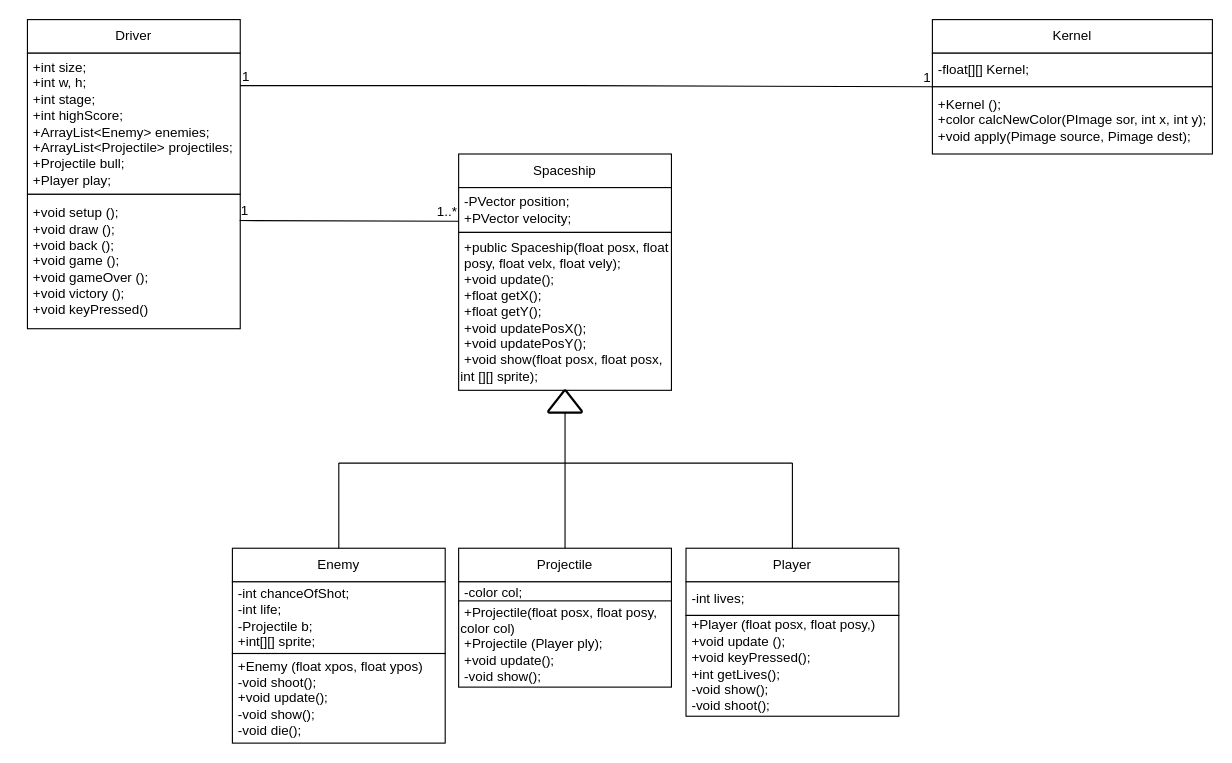
The draw.io diagram Untitled Diagram.drawio in JasxnNg/Final-Project, before the edit. Source tidied: cells renumbered, new cells numbered last; positions are measured from the earlier drawing's top-left corner, leaving out a move shared by most shapes. Both pictures are drawn from the tidied source at 112%, with x=0, y=0 at pixel (27, 19).
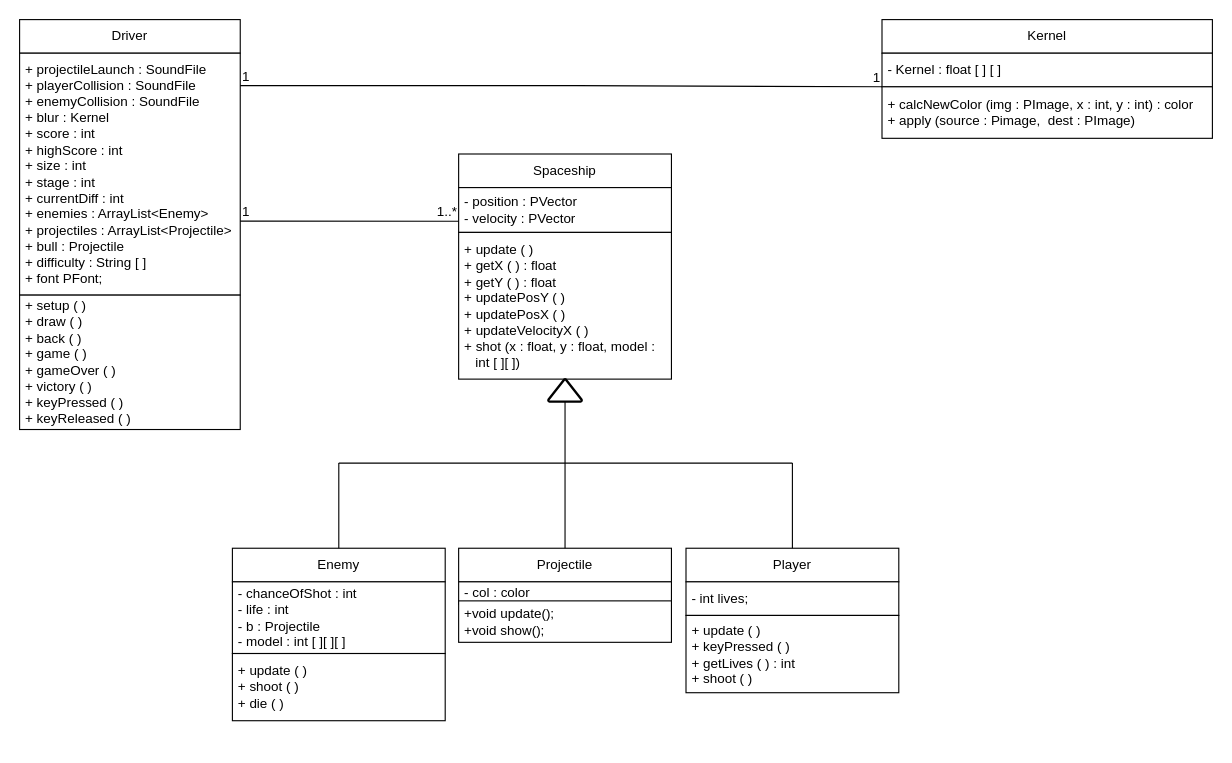
The same page after the edit.

Change to the diagram source:
```diff
@@
     <mxCell id="2" value="Driver" style="rounded=0;whiteSpace=wrap;html=1;" parent="1" vertex="1">
-      <mxGeometry width="190" height="30" as="geometry" />
+      <mxGeometry x="-7" width="197" height="30" as="geometry" />
     </mxCell>
-    <mxCell id="3" value="&lt;div&gt;&amp;nbsp;+int size;&amp;nbsp;&amp;nbsp;&lt;/div&gt;&lt;div&gt;&amp;nbsp;+int w, h;&amp;nbsp;&lt;/div&gt;&lt;div&gt;&amp;nbsp;+int stage;&amp;nbsp;&lt;/div&gt;&lt;div&gt;&amp;nbsp;+int highScore;&amp;nbsp;&lt;/div&gt;&lt;div&gt;&amp;nbsp;+ArrayList&amp;lt;Enemy&amp;gt; enemies;&amp;nbsp;&lt;/div&gt;&lt;div&gt;&amp;nbsp;+ArrayList&amp;lt;Projectile&amp;gt; projectiles;&amp;nbsp;&lt;/div&gt;&lt;div&gt;&amp;nbsp;+Projectile bull;&amp;nbsp;&lt;/div&gt;&amp;nbsp;+Player play;&amp;nbsp;&amp;nbsp;" style="rounded=0;whiteSpace=wrap;html=1;align=left;" parent="1" vertex="1">
-      <mxGeometry y="30" width="190" height="126" as="geometry" />
+    <mxCell id="3" value="&lt;div&gt;&amp;nbsp;+ projectileLaunch : SoundFile&amp;nbsp;&lt;/div&gt;&lt;div&gt;&amp;nbsp;+ playerCollision : SoundFile&lt;/div&gt;&lt;div&gt;&amp;nbsp;+ enemyCollision : SoundFile&amp;nbsp;&lt;/div&gt;&lt;div&gt;&amp;nbsp;+ blur : Kernel&amp;nbsp;&lt;/div&gt;&lt;div&gt;&amp;nbsp;+ score : int&amp;nbsp;&lt;/div&gt;&lt;div&gt;&amp;nbsp;+ highScore : int&amp;nbsp;&amp;nbsp;&lt;/div&gt;&lt;div&gt;&amp;nbsp;+ size : int&amp;nbsp;&amp;nbsp;&lt;/div&gt;&lt;div&gt;&amp;nbsp;+ stage : int&amp;nbsp;&lt;span style=&quot;background-color: initial;&quot;&gt;&amp;nbsp;&lt;/span&gt;&lt;/div&gt;&lt;div&gt;&lt;span style=&quot;background-color: initial;&quot;&gt;&amp;nbsp;+ currentDiff : int&amp;nbsp;&amp;nbsp;&lt;/span&gt;&lt;/div&gt;&lt;div&gt;&lt;span style=&quot;background-color: initial;&quot;&gt;&amp;nbsp;+ enemies : ArrayList&amp;lt;Enemy&amp;gt;&lt;/span&gt;&lt;/div&gt;&lt;div&gt;&lt;span style=&quot;background-color: initial;&quot;&gt;&amp;nbsp;+ projectiles : ArrayList&amp;lt;Projectile&amp;gt;&lt;/span&gt;&lt;/div&gt;&lt;div&gt;&lt;span style=&quot;background-color: initial;&quot;&gt;&amp;nbsp;+ bull : Projectile&amp;nbsp;&lt;/span&gt;&lt;/div&gt;&lt;div&gt;&lt;span style=&quot;background-color: initial;&quot;&gt;&amp;nbsp;+ difficulty : String [ ]&amp;nbsp;&lt;/span&gt;&lt;/div&gt;&lt;div&gt;&lt;span style=&quot;background-color: initial;&quot;&gt;&amp;nbsp;+ font PFont;&amp;nbsp;&lt;/span&gt;&lt;/div&gt;" style="rounded=0;whiteSpace=wrap;html=1;align=left;" parent="1" vertex="1">
+      <mxGeometry x="-7" y="30" width="197" height="216" as="geometry" />
     </mxCell>
-    <mxCell id="4" value="&amp;nbsp;+void setup ();&amp;nbsp;&lt;br&gt;&amp;nbsp;+void draw ();&amp;nbsp;&amp;nbsp;&lt;br&gt;&amp;nbsp;+void back ();&amp;nbsp;&lt;br&gt;&amp;nbsp;+void game ();&amp;nbsp;&lt;br&gt;&amp;nbsp;+void gameOver ();&lt;br&gt;&amp;nbsp;+void victory ();&amp;nbsp;&lt;br&gt;&amp;nbsp;+void keyPressed()" style="rounded=0;whiteSpace=wrap;html=1;align=left;" parent="1" vertex="1">
-      <mxGeometry y="156" width="190" height="120" as="geometry" />
+    <mxCell id="4" value="&amp;nbsp;+ setup ( )&amp;nbsp;&lt;br&gt;&amp;nbsp;+ draw ( )&amp;nbsp;&amp;nbsp;&lt;br&gt;&amp;nbsp;+ back ( )&lt;br&gt;&amp;nbsp;+ game ( )&lt;br&gt;&amp;nbsp;+ gameOver ( )&lt;br&gt;&amp;nbsp;+ victory ( )&lt;br&gt;&amp;nbsp;+ keyPressed ( )&lt;br&gt;&amp;nbsp;+ keyReleased ( )&amp;nbsp;" style="rounded=0;whiteSpace=wrap;html=1;align=left;" parent="1" vertex="1">
+      <mxGeometry x="-7" y="246" width="197" height="120" as="geometry" />
     </mxCell>
     <mxCell id="5" value="Kernel" style="rounded=0;whiteSpace=wrap;html=1;" parent="1" vertex="1">
-      <mxGeometry x="808" width="250" height="30" as="geometry" />
+      <mxGeometry x="763" width="295" height="30" as="geometry" />
     </mxCell>
-    <mxCell id="6" value="&amp;nbsp;-float[][] Kernel;" style="rounded=0;whiteSpace=wrap;html=1;align=left;" parent="1" vertex="1">
-      <mxGeometry x="808" y="30" width="250" height="30" as="geometry" />
+    <mxCell id="6" value="&amp;nbsp;- Kernel : float [ ] [ ]" style="rounded=0;whiteSpace=wrap;html=1;align=left;" parent="1" vertex="1">
+      <mxGeometry x="763" y="30" width="295" height="30" as="geometry" />
     </mxCell>
-    <mxCell id="7" value="&amp;nbsp;+Kernel ();&lt;br&gt;&amp;nbsp;+color calcNewColor(PImage sor, int x, int y);&amp;nbsp;&lt;br&gt;&amp;nbsp;+void apply(Pimage source, Pimage dest);&amp;nbsp;" style="rounded=0;whiteSpace=wrap;html=1;align=left;" parent="1" vertex="1">
-      <mxGeometry x="808" y="60" width="250" height="60" as="geometry" />
+    <mxCell id="7" value="&amp;nbsp;+ calcNewColor (img : PImage, x : int, y : int) : color&amp;nbsp; &lt;br&gt;&amp;nbsp;+ apply (source : Pimage,&amp;nbsp; dest : PImage)&amp;nbsp;" style="rounded=0;whiteSpace=wrap;html=1;align=left;" parent="1" vertex="1">
+      <mxGeometry x="763" y="60" width="295" height="46" as="geometry" />
     </mxCell>
@@
-    <mxCell id="9" value="&amp;nbsp;-PVector position;&amp;nbsp;&lt;br&gt;&amp;nbsp;+PVector velocity;&amp;nbsp;" style="rounded=0;whiteSpace=wrap;html=1;align=left;" parent="1" vertex="1">
+    <mxCell id="9" value="&amp;nbsp;- position : PVector&amp;nbsp;&lt;br&gt;&amp;nbsp;- velocity : PVector&amp;nbsp;&amp;nbsp;" style="rounded=0;whiteSpace=wrap;html=1;align=left;" parent="1" vertex="1">
       <mxGeometry x="385" y="150" width="190" height="40" as="geometry" />
     </mxCell>
-    <mxCell id="10" value="&amp;nbsp;+public Spaceship(float posx, float &lt;span style=&quot;white-space: pre;&quot;&gt; &lt;/span&gt;posy, float velx, float vely);&amp;nbsp;&lt;br&gt;&amp;nbsp;+void update();&amp;nbsp;&lt;br&gt;&amp;nbsp;+float getX();&lt;br&gt;&amp;nbsp;+float getY();&amp;nbsp;&lt;br&gt;&amp;nbsp;+void updatePosX();&amp;nbsp;&lt;br&gt;&amp;nbsp;+void updatePosY();&lt;br&gt;&amp;nbsp;+void show(float posx, float posx, int [][] sprite);&amp;nbsp;" style="rounded=0;whiteSpace=wrap;html=1;align=left;" parent="1" vertex="1">
-      <mxGeometry x="385" y="190" width="190" height="141" as="geometry" />
+    <mxCell id="10" value="&amp;nbsp;+ update ( )&amp;nbsp;&lt;br&gt;&amp;nbsp;+ getX ( ) : float&amp;nbsp;&lt;br&gt;&amp;nbsp;+ getY ( ) : float&amp;nbsp;&lt;br&gt;&amp;nbsp;+ updatePosY ( )&amp;nbsp;&lt;br&gt;&amp;nbsp;+ updatePosX ( )&amp;nbsp;&lt;br&gt;&amp;nbsp;+ updateVelocityX ( )&amp;nbsp;&lt;br&gt;&amp;nbsp;+ shot (x : float, y : float, model :&amp;nbsp; &lt;br&gt;&amp;nbsp; &amp;nbsp; int [ ][ ])&amp;nbsp;" style="rounded=0;whiteSpace=wrap;html=1;align=left;" parent="1" vertex="1">
+      <mxGeometry x="385" y="190" width="190" height="131" as="geometry" />
     </mxCell>
@@
-    <mxCell id="13" value="&amp;nbsp;-int chanceOfShot;&amp;nbsp;&lt;br&gt;&amp;nbsp;-int life;&amp;nbsp;&lt;br&gt;&amp;nbsp;-Projectile b;&lt;br&gt;&amp;nbsp;+int[][] sprite;&amp;nbsp;&amp;nbsp;" style="rounded=0;whiteSpace=wrap;html=1;align=left;" parent="1" vertex="1">
+    <mxCell id="13" value="&amp;nbsp;- chanceOfShot : int&amp;nbsp;&lt;br&gt;&amp;nbsp;- life : int&amp;nbsp;&lt;br&gt;&amp;nbsp;- b : Projectile&amp;nbsp;&lt;br&gt;&amp;nbsp;- model : int [ ][ ][ ]&amp;nbsp;" style="rounded=0;whiteSpace=wrap;html=1;align=left;" parent="1" vertex="1">
       <mxGeometry x="183" y="502" width="190" height="64" as="geometry" />
     </mxCell>
-    <mxCell id="14" value="&amp;nbsp;-int lives;&amp;nbsp;&lt;br&gt;" style="rounded=0;whiteSpace=wrap;html=1;align=left;" parent="1" vertex="1">
+    <mxCell id="14" value="&amp;nbsp;- int lives;&amp;nbsp;" style="rounded=0;whiteSpace=wrap;html=1;align=left;" parent="1" vertex="1">
       <mxGeometry x="588" y="502" width="190" height="30" as="geometry" />
     </mxCell>
@@
-    <mxCell id="16" value="&amp;nbsp;+Enemy (float xpos, float ypos)&lt;br&gt;&amp;nbsp;-void shoot();&amp;nbsp;&lt;br&gt;&amp;nbsp;+void update();&amp;nbsp;&lt;br&gt;&amp;nbsp;-void show();&lt;br&gt;&amp;nbsp;-void die();&amp;nbsp;&amp;nbsp;" style="rounded=0;whiteSpace=wrap;html=1;align=left;" parent="1" vertex="1">
-      <mxGeometry x="183" y="566" width="190" height="80" as="geometry" />
+    <mxCell id="16" value="&amp;nbsp;+ update ( )&amp;nbsp;&lt;br&gt;&amp;nbsp;+ shoot ( )&amp;nbsp;&lt;br&gt;&amp;nbsp;+ die ( )&amp;nbsp;" style="rounded=0;whiteSpace=wrap;html=1;align=left;" parent="1" vertex="1">
+      <mxGeometry x="183" y="566" width="190" height="60" as="geometry" />
     </mxCell>
-    <mxCell id="17" value="&amp;nbsp;+Player (float posx, float posy,)&lt;br&gt;&amp;nbsp;+void update ();&amp;nbsp;&lt;br&gt;&amp;nbsp;+void keyPressed();&amp;nbsp;&lt;br&gt;&amp;nbsp;+int getLives();&amp;nbsp;&lt;br&gt;&amp;nbsp;-void show();&amp;nbsp;&lt;br&gt;&amp;nbsp;-void shoot();&amp;nbsp;&amp;nbsp;" style="rounded=0;whiteSpace=wrap;html=1;align=left;" parent="1" vertex="1">
-      <mxGeometry x="588" y="532" width="190" height="90" as="geometry" />
+    <mxCell id="17" value="&amp;nbsp;+ update ( )&amp;nbsp;&lt;br&gt;&amp;nbsp;+ keyPressed ( )&amp;nbsp;&amp;nbsp;&lt;br&gt;&amp;nbsp;+ getLives ( ) : int&amp;nbsp;&lt;br&gt;&amp;nbsp;+ shoot ( )&amp;nbsp;&amp;nbsp;&amp;nbsp;&amp;nbsp;" style="rounded=0;whiteSpace=wrap;html=1;align=left;" parent="1" vertex="1">
+      <mxGeometry x="588" y="532" width="190" height="69" as="geometry" />
     </mxCell>
-    <mxCell id="18" value="&amp;nbsp;-color col;&amp;nbsp;" style="rounded=0;whiteSpace=wrap;html=1;align=left;" parent="1" vertex="1">
+    <mxCell id="18" value="&amp;nbsp;- col : color&amp;nbsp;" style="rounded=0;whiteSpace=wrap;html=1;align=left;" parent="1" vertex="1">
       <mxGeometry x="385" y="502" width="190" height="20" as="geometry" />
     </mxCell>
-    <mxCell id="19" value="&amp;nbsp;+Projectile(float posx, float posy, color col)&lt;br&gt;&amp;nbsp;+Projectile (Player ply);&amp;nbsp;&lt;br&gt;&amp;nbsp;+void update();&amp;nbsp;&lt;br&gt;&amp;nbsp;-void show();&amp;nbsp;" style="rounded=0;whiteSpace=wrap;html=1;align=left;" parent="1" vertex="1">
-      <mxGeometry x="385" y="519" width="190" height="77" as="geometry" />
+    <mxCell id="19" value="&amp;nbsp;+void update();&amp;nbsp;&lt;br&gt;&amp;nbsp;+void show();&amp;nbsp;" style="rounded=0;whiteSpace=wrap;html=1;align=left;" parent="1" vertex="1">
+      <mxGeometry x="385" y="519" width="190" height="37" as="geometry" />
     </mxCell>
     <mxCell id="20" style="strokeWidth=2;html=1;shape=mxgraph.flowchart.merge_or_storage;whiteSpace=wrap;direction=west;" parent="1" vertex="1">
-      <mxGeometry x="465" y="331" width="30" height="20" as="geometry" />
+      <mxGeometry x="465" y="321" width="30" height="20" as="geometry" />
     </mxCell>
@@
-    <mxCell id="23" style="endArrow=none;html=1;rounded=0;entryX=0;entryY=0.75;entryDx=0;entryDy=0;exitX=0.997;exitY=0.195;exitDx=0;exitDy=0;exitPerimeter=0;" parent="1" edge="1" source="4" target="9">
+    <mxCell id="23" style="endArrow=none;html=1;rounded=0;entryX=0;entryY=0.75;entryDx=0;entryDy=0;exitX=1;exitY=0.694;exitDx=0;exitDy=0;exitPerimeter=0;" parent="1" edge="1" source="3" target="9">
       <mxGeometry relative="1" as="geometry" />
     </mxCell>
```
